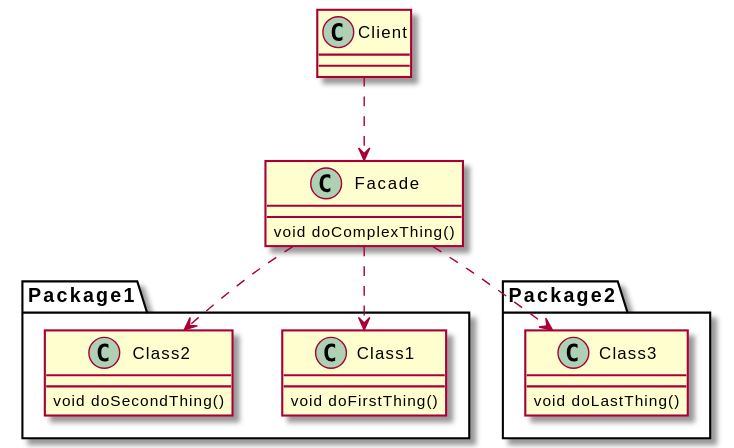
2DGD-F0TH/2DGD_F0TH keeps this PlantUML diagram as images/design_patterns/class_facade.svg. Above is the earlier version. Its diagram source:
```plantuml
@startuml
class Facade{
    void doComplexThing()
}

package Package1{
    class Class1{
        void doFirstThing()
    }
    class Class2{
        void doSecondThing()
    }
}

package Package2{
    class Class3{
        void doLastThing()
    }
}

Client ..> Facade
Facade ..> Class1
Facade ..> Class2
Facade ..> Class3
@enduml
```
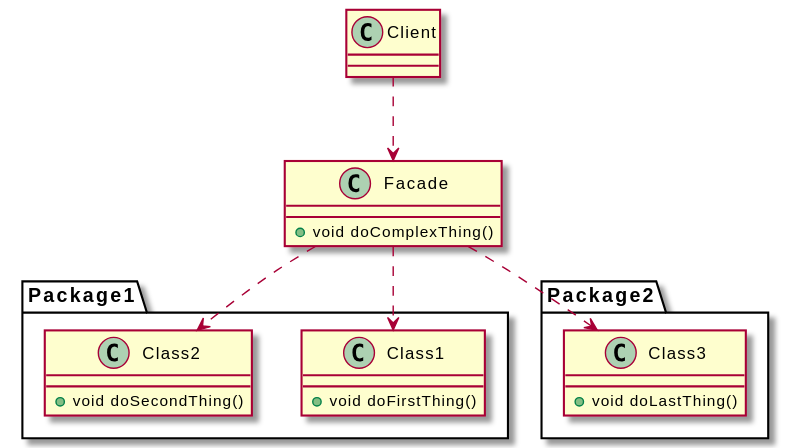
The same diagram one commit later.

Commit message:
Added uml and missing table

Diff of the diagram source:
```diff
@@ -1,20 +1,20 @@
 @startuml
 class Facade{
-    void doComplexThing()
+    + void doComplexThing()
 }
 
 package Package1{
     class Class1{
-        void doFirstThing()
+        + void doFirstThing()
     }
     class Class2{
-        void doSecondThing()
+        + void doSecondThing()
     }
 }
 
 package Package2{
     class Class3{
-        void doLastThing()
+        + void doLastThing()
     }
 }
 
```
